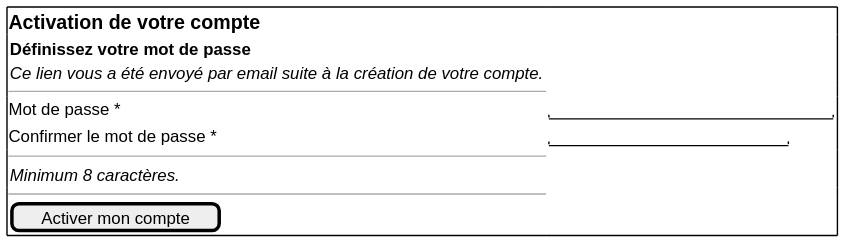
The PlantUML diagram architecture/04-physical-architecture/diagrams/ihm-pa-activation.svg in louistalvande/online_shop, before a commit. The source it was exported from:
```plantuml
@startuml
salt

{+
  == Activation de votre compte

  {
    <b>Définissez votre mot de passe
    <i>Ce lien vous a été envoyé par email suite à la création de votre compte.
  }
  --
  Mot de passe *          | "                         "
  Confirmer le mot de passe * | "                     "
  --
  {
    <i>Minimum 8 caractères.
  }
  --
  [Activer mon compte]
}
@enduml
```
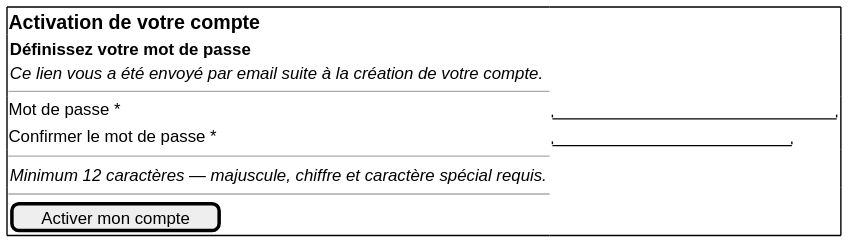
After the change.

The edit, as a diff of the source:
```diff
@@ -13,7 +13,7 @@
   Confirmer le mot de passe * | "                     "
   --
   {
-    <i>Minimum 8 caractères.
+    <i>Minimum 12 caractères — majuscule, chiffre et caractère spécial requis.
   }
   --
   [Activer mon compte]
```
